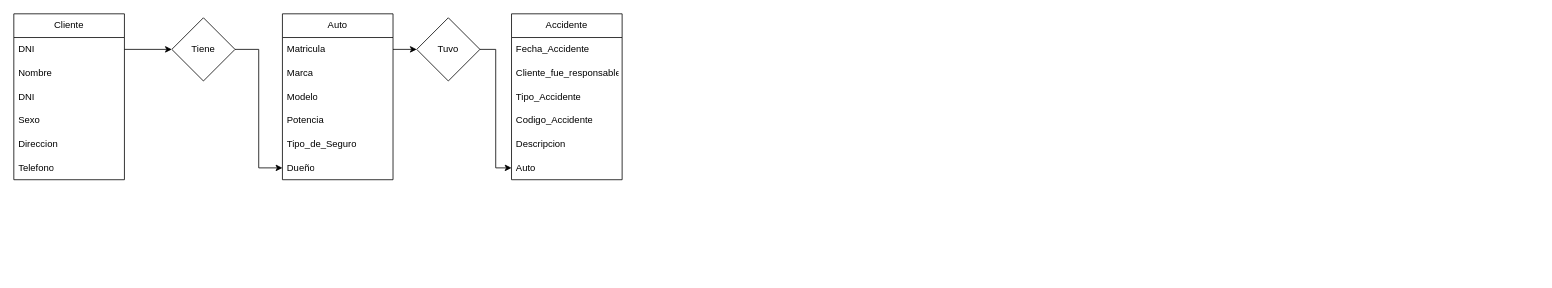
Earlier version of the draw.io diagram DER.drawio (Saturno0/Cole_5_2). Source tidied: cells renumbered, new cells numbered last; positions are measured from the earlier drawing's top-left corner, leaving out a move shared by most shapes. Both pictures are drawn from the tidied source at 79%, with x=0, y=0 at pixel (13, 13).
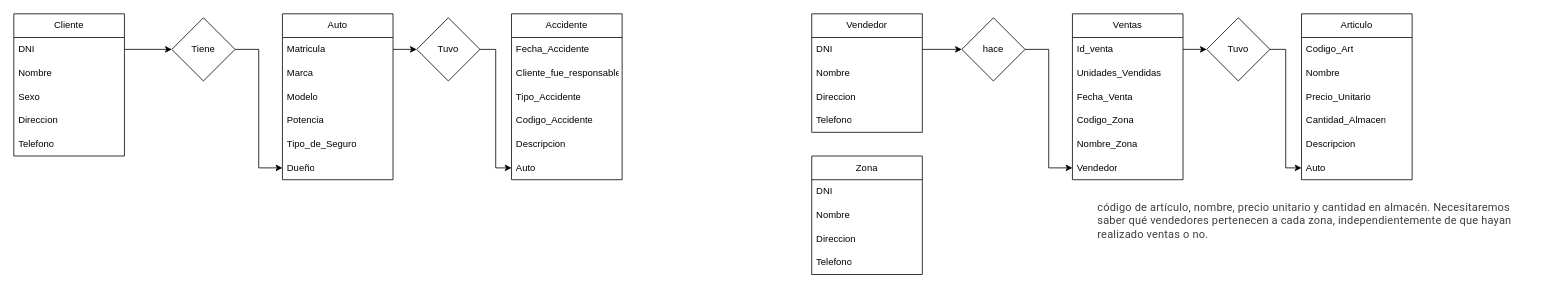
The same page after the edit.

Change to the diagram source:
```diff
@@
     <mxCell id="2" value="Cliente" style="swimlane;fontStyle=0;horizontal=1;startSize=30;whiteSpace=wrap;html=1;" parent="1" vertex="1">
-      <mxGeometry width="140" height="210" as="geometry" />
+      <mxGeometry width="140" height="180" as="geometry" />
     </mxCell>
@@
-    <mxCell id="5" value="DNI" style="text;strokeColor=none;fillColor=none;align=left;verticalAlign=middle;spacingLeft=4;spacingRight=4;overflow=hidden;whiteSpace=wrap;html=1;" parent="2" vertex="1">
-      <mxGeometry y="90" width="140" height="30" as="geometry" />
-    </mxCell>
     <mxCell id="6" value="Sexo&lt;span style=&quot;white-space: pre;&quot;&gt;&#9;&lt;/span&gt;" style="text;strokeColor=none;fillColor=none;align=left;verticalAlign=middle;spacingLeft=4;spacingRight=4;overflow=hidden;whiteSpace=wrap;html=1;" parent="2" vertex="1">
-      <mxGeometry y="120" width="140" height="30" as="geometry" />
+      <mxGeometry y="90" width="140" height="30" as="geometry" />
     </mxCell>
     <mxCell id="7" value="Direccion&lt;span style=&quot;white-space: pre;&quot;&gt;&#9;&lt;/span&gt;" style="text;strokeColor=none;fillColor=none;align=left;verticalAlign=middle;spacingLeft=4;spacingRight=4;overflow=hidden;whiteSpace=wrap;html=1;" parent="2" vertex="1">
-      <mxGeometry y="150" width="140" height="30" as="geometry" />
+      <mxGeometry y="120" width="140" height="30" as="geometry" />
     </mxCell>
     <mxCell id="8" value="Telefono" style="text;strokeColor=none;fillColor=none;align=left;verticalAlign=middle;spacingLeft=4;spacingRight=4;overflow=hidden;whiteSpace=wrap;html=1;" parent="2" vertex="1">
-      <mxGeometry y="180" width="140" height="30" as="geometry" />
+      <mxGeometry y="150" width="140" height="30" as="geometry" />
     </mxCell>
@@
+    <mxCell id="29" value="Vendedor" style="swimlane;fontStyle=0;horizontal=1;startSize=30;whiteSpace=wrap;html=1;" parent="1" vertex="1">
+      <mxGeometry x="1010" width="140" height="150" as="geometry" />
+    </mxCell>
+    <mxCell id="30" value="DNI" style="text;strokeColor=none;fillColor=none;align=left;verticalAlign=middle;spacingLeft=4;spacingRight=4;overflow=hidden;points=[[0,0.5],[1,0.5]];portConstraint=eastwest;whiteSpace=wrap;html=1;" parent="29" vertex="1">
+      <mxGeometry y="30" width="140" height="30" as="geometry" />
+    </mxCell>
+    <mxCell id="31" value="Nombre&lt;span style=&quot;white-space: pre;&quot;&gt;&#9;&lt;/span&gt;" style="text;strokeColor=none;fillColor=none;align=left;verticalAlign=middle;spacingLeft=4;spacingRight=4;overflow=hidden;whiteSpace=wrap;html=1;" parent="29" vertex="1">
+      <mxGeometry y="60" width="140" height="30" as="geometry" />
+    </mxCell>
+    <mxCell id="32" value="Direccion&lt;span style=&quot;white-space: pre;&quot;&gt;&#9;&lt;/span&gt;" style="text;strokeColor=none;fillColor=none;align=left;verticalAlign=middle;spacingLeft=4;spacingRight=4;overflow=hidden;whiteSpace=wrap;html=1;" parent="29" vertex="1">
+      <mxGeometry y="90" width="140" height="30" as="geometry" />
+    </mxCell>
+    <mxCell id="33" value="Telefono" style="text;strokeColor=none;fillColor=none;align=left;verticalAlign=middle;spacingLeft=4;spacingRight=4;overflow=hidden;whiteSpace=wrap;html=1;" parent="29" vertex="1">
+      <mxGeometry y="120" width="140" height="30" as="geometry" />
+    </mxCell>
+    <mxCell id="34" value="Ventas" style="swimlane;fontStyle=0;horizontal=1;startSize=30;whiteSpace=wrap;html=1;" parent="1" vertex="1">
+      <mxGeometry x="1340" width="140" height="210" as="geometry" />
+    </mxCell>
+    <mxCell id="35" value="Id_venta" style="text;strokeColor=none;fillColor=none;align=left;verticalAlign=middle;spacingLeft=4;spacingRight=4;overflow=hidden;points=[[0,0.5],[1,0.5]];portConstraint=eastwest;whiteSpace=wrap;html=1;" parent="34" vertex="1">
+      <mxGeometry y="30" width="140" height="30" as="geometry" />
+    </mxCell>
+    <mxCell id="36" value="Unidades_Vendidas&lt;span style=&quot;white-space: pre;&quot;&gt;&#9;&lt;/span&gt;" style="text;strokeColor=none;fillColor=none;align=left;verticalAlign=middle;spacingLeft=4;spacingRight=4;overflow=hidden;whiteSpace=wrap;html=1;" parent="34" vertex="1">
+      <mxGeometry y="60" width="140" height="30" as="geometry" />
+    </mxCell>
+    <mxCell id="37" value="Fecha_Venta" style="text;strokeColor=none;fillColor=none;align=left;verticalAlign=middle;spacingLeft=4;spacingRight=4;overflow=hidden;whiteSpace=wrap;html=1;" parent="34" vertex="1">
+      <mxGeometry y="90" width="140" height="30" as="geometry" />
+    </mxCell>
+    <mxCell id="38" value="Codigo_Zona" style="text;strokeColor=none;fillColor=none;align=left;verticalAlign=middle;spacingLeft=4;spacingRight=4;overflow=hidden;whiteSpace=wrap;html=1;" parent="34" vertex="1">
+      <mxGeometry y="120" width="140" height="30" as="geometry" />
+    </mxCell>
+    <mxCell id="39" value="Nombre_Zona" style="text;strokeColor=none;fillColor=none;align=left;verticalAlign=middle;spacingLeft=4;spacingRight=4;overflow=hidden;whiteSpace=wrap;html=1;" parent="34" vertex="1">
+      <mxGeometry y="150" width="140" height="30" as="geometry" />
+    </mxCell>
+    <mxCell id="40" value="Vendedor" style="text;strokeColor=none;fillColor=none;align=left;verticalAlign=middle;spacingLeft=4;spacingRight=4;overflow=hidden;points=[[0,0.5],[1,0.5]];portConstraint=eastwest;whiteSpace=wrap;html=1;" parent="34" vertex="1">
+      <mxGeometry y="180" width="140" height="30" as="geometry" />
+    </mxCell>
+    <mxCell id="41" value="Articulo" style="swimlane;fontStyle=0;horizontal=1;startSize=30;whiteSpace=wrap;html=1;" parent="1" vertex="1">
+      <mxGeometry x="1630" width="140" height="210" as="geometry" />
+    </mxCell>
+    <mxCell id="42" value="Codigo_Art" style="text;strokeColor=none;fillColor=none;align=left;verticalAlign=middle;spacingLeft=4;spacingRight=4;overflow=hidden;whiteSpace=wrap;html=1;" parent="41" vertex="1">
+      <mxGeometry y="30" width="140" height="30" as="geometry" />
+    </mxCell>
+    <mxCell id="43" value="Nombre" style="text;strokeColor=none;fillColor=none;align=left;verticalAlign=middle;spacingLeft=4;spacingRight=4;overflow=hidden;whiteSpace=wrap;html=1;" parent="41" vertex="1">
+      <mxGeometry y="60" width="140" height="30" as="geometry" />
+    </mxCell>
+    <mxCell id="44" value="Precio_Unitario" style="text;strokeColor=none;fillColor=none;align=left;verticalAlign=middle;spacingLeft=4;spacingRight=4;overflow=hidden;whiteSpace=wrap;html=1;" parent="41" vertex="1">
+      <mxGeometry y="90" width="140" height="30" as="geometry" />
+    </mxCell>
+    <mxCell id="45" value="Cantidad_Almacen" style="text;strokeColor=none;fillColor=none;align=left;verticalAlign=middle;spacingLeft=4;spacingRight=4;overflow=hidden;whiteSpace=wrap;html=1;" parent="41" vertex="1">
+      <mxGeometry y="120" width="140" height="30" as="geometry" />
+    </mxCell>
+    <mxCell id="46" value="Descripcion" style="text;strokeColor=none;fillColor=none;align=left;verticalAlign=middle;spacingLeft=4;spacingRight=4;overflow=hidden;whiteSpace=wrap;html=1;" parent="41" vertex="1">
+      <mxGeometry y="150" width="140" height="30" as="geometry" />
+    </mxCell>
+    <mxCell id="47" value="Auto" style="text;strokeColor=none;fillColor=none;align=left;verticalAlign=middle;spacingLeft=4;spacingRight=4;overflow=hidden;points=[[0,0.5],[1,0.5]];portConstraint=eastwest;whiteSpace=wrap;html=1;" parent="41" vertex="1">
+      <mxGeometry y="180" width="140" height="30" as="geometry" />
+    </mxCell>
+    <mxCell id="48" style="edgeStyle=orthogonalEdgeStyle;rounded=0;jettySize=auto;html=1;exitX=1;exitY=0.5;exitDx=0;exitDy=0;entryX=0;entryY=0.5;entryDx=0;entryDy=0;" parent="1" edge="1" source="49" target="40">
+      <mxGeometry relative="1" as="geometry" />
+    </mxCell>
+    <mxCell id="49" value="hace" style="rhombus;whiteSpace=wrap;html=1;" parent="1" vertex="1">
+      <mxGeometry x="1200" y="5" width="80" height="80" as="geometry" />
+    </mxCell>
+    <mxCell id="50" style="edgeStyle=orthogonalEdgeStyle;rounded=0;jettySize=auto;html=1;exitX=1;exitY=0.5;exitDx=0;exitDy=0;entryX=0;entryY=0.5;entryDx=0;entryDy=0;" parent="1" edge="1" source="30" target="49">
+      <mxGeometry relative="1" as="geometry" />
+    </mxCell>
+    <mxCell id="51" style="edgeStyle=orthogonalEdgeStyle;rounded=0;jettySize=auto;html=1;exitX=1;exitY=0.5;exitDx=0;exitDy=0;entryX=0;entryY=0.5;entryDx=0;entryDy=0;" parent="1" edge="1" source="52" target="47">
+      <mxGeometry relative="1" as="geometry" />
+    </mxCell>
+    <mxCell id="52" value="Tuvo" style="rhombus;whiteSpace=wrap;html=1;" parent="1" vertex="1">
+      <mxGeometry x="1510" y="5" width="80" height="80" as="geometry" />
+    </mxCell>
+    <mxCell id="53" style="edgeStyle=orthogonalEdgeStyle;rounded=0;jettySize=auto;html=1;exitX=1;exitY=0.5;exitDx=0;exitDy=0;entryX=0;entryY=0.5;entryDx=0;entryDy=0;" parent="1" edge="1" source="35" target="52">
+      <mxGeometry relative="1" as="geometry" />
+    </mxCell>
+    <mxCell id="54" value="&lt;span style=&quot;color: rgb(60, 64, 67); font-family: Roboto, Arial, sans-serif; font-size: 14px; letter-spacing: 0.2px;&quot;&gt;código de artículo, nombre, precio unitario y cantidad en almacén. Necesitaremos saber qué vendedores pertenecen a cada zona, independientemente de que hayan realizado ventas o no.&lt;/span&gt;" style="text;whiteSpace=wrap;html=1;" parent="1" vertex="1">
+      <mxGeometry x="1370" y="230" width="560" height="60" as="geometry" />
+    </mxCell>
+    <mxCell id="55" value="Zona" style="swimlane;fontStyle=0;horizontal=1;startSize=30;whiteSpace=wrap;html=1;" parent="1" vertex="1">
+      <mxGeometry x="1010" y="180" width="140" height="150" as="geometry" />
+    </mxCell>
+    <mxCell id="56" value="DNI" style="text;strokeColor=none;fillColor=none;align=left;verticalAlign=middle;spacingLeft=4;spacingRight=4;overflow=hidden;whiteSpace=wrap;html=1;" parent="55" vertex="1">
+      <mxGeometry y="30" width="140" height="30" as="geometry" />
+    </mxCell>
+    <mxCell id="57" value="Nombre&lt;span style=&quot;white-space: pre;&quot;&gt;&#9;&lt;/span&gt;" style="text;strokeColor=none;fillColor=none;align=left;verticalAlign=middle;spacingLeft=4;spacingRight=4;overflow=hidden;whiteSpace=wrap;html=1;" parent="55" vertex="1">
+      <mxGeometry y="60" width="140" height="30" as="geometry" />
+    </mxCell>
+    <mxCell id="58" value="Direccion&lt;span style=&quot;white-space: pre;&quot;&gt;&#9;&lt;/span&gt;" style="text;strokeColor=none;fillColor=none;align=left;verticalAlign=middle;spacingLeft=4;spacingRight=4;overflow=hidden;whiteSpace=wrap;html=1;" parent="55" vertex="1">
+      <mxGeometry y="90" width="140" height="30" as="geometry" />
+    </mxCell>
+    <mxCell id="59" value="Telefono" style="text;strokeColor=none;fillColor=none;align=left;verticalAlign=middle;spacingLeft=4;spacingRight=4;overflow=hidden;whiteSpace=wrap;html=1;" parent="55" vertex="1">
+      <mxGeometry y="120" width="140" height="30" as="geometry" />
+    </mxCell>
```
